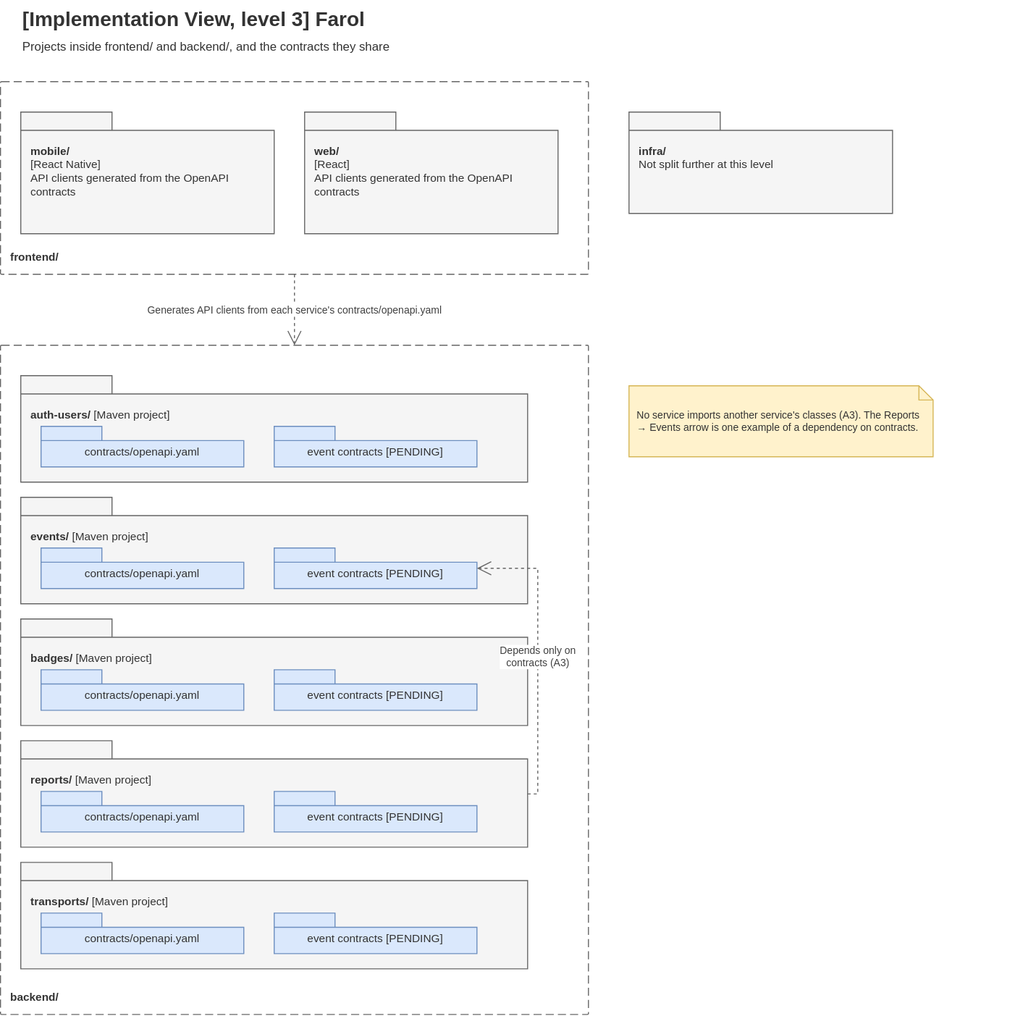
This is Docs/Technical/diagrams/implementation-view-level-3.drawio.svg from tomasoliveira21/LABDSOF, a draw.io export, as it was before one commit. Source tidied: cells renumbered, new cells last; positions are measured from the earlier drawing's top-left corner, leaving out a move shared by most shapes.
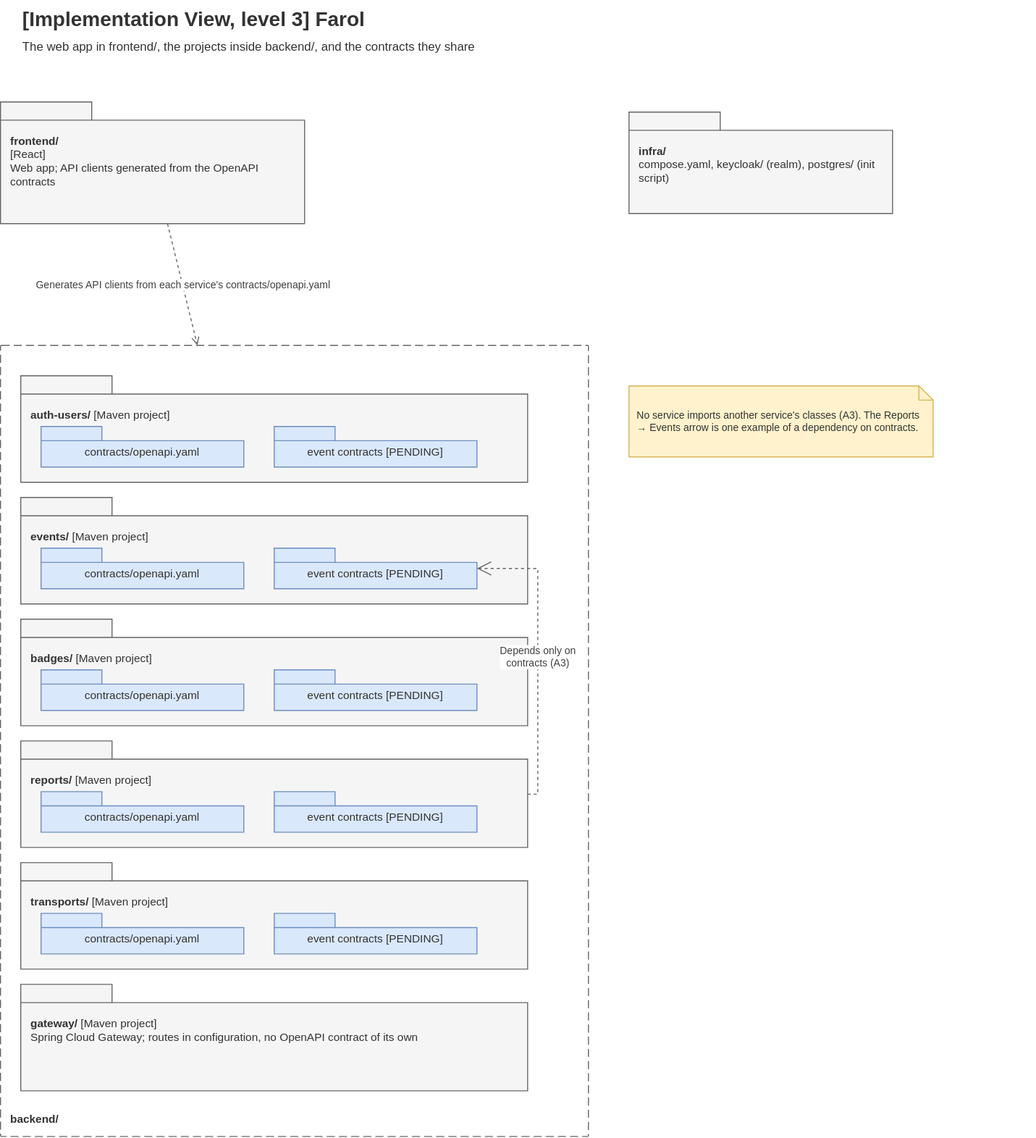
Above is the later version.

The edit, as a diff of the source:
```diff
@@ -2,20 +2,11 @@
   <root>
     <mxCell id="0" />
     <mxCell id="1" parent="0" />
-    <mxCell id="2" value="&lt;b&gt;[Implementation View, level 3] Farol&lt;/b&gt;&lt;br&gt;&lt;font style=&quot;font-size:12px&quot;&gt;Projects inside frontend/ and backend/, and the contracts they share&lt;/font&gt;" style="text;html=1;align=left;verticalAlign=top;fontSize=20;fontColor=#333333;" parent="1" vertex="1">
+    <mxCell id="2" value="&lt;b&gt;[Implementation View, level 3] Farol&lt;/b&gt;&lt;br&gt;&lt;font style=&quot;font-size:12px&quot;&gt;The web app in frontend/, the projects inside backend/, and the contracts they share&lt;/font&gt;" style="text;html=1;align=left;verticalAlign=top;fontSize=20;fontColor=#333333;" parent="1" vertex="1">
       <mxGeometry x="20" width="1000" height="60" as="geometry" />
     </mxCell>
-    <mxCell id="3" value="&lt;b&gt;frontend/&lt;/b&gt;" style="rounded=1;arcSize=2;absoluteArcSize=1;whiteSpace=wrap;html=1;dashed=1;dashPattern=8 4;fillColor=none;strokeColor=#666666;fontColor=#333333;align=left;verticalAlign=bottom;spacing=10;fontSize=11;" parent="1" vertex="1">
-      <mxGeometry y="80" width="580" height="190" as="geometry" />
-    </mxCell>
-    <mxCell id="4" value="&lt;b&gt;mobile/&lt;/b&gt;&lt;br&gt;[React Native]&lt;br&gt;API clients generated from the OpenAPI contracts" style="shape=folder;tabWidth=90;tabHeight=18;tabPosition=left;whiteSpace=wrap;html=1;fillColor=#f5f5f5;strokeColor=#666666;fontColor=#333333;verticalAlign=top;align=left;spacing=10;spacingTop=18;fontSize=11;" parent="1" vertex="1">
-      <mxGeometry x="20" y="110" width="250" height="120" as="geometry" />
-    </mxCell>
-    <mxCell id="5" value="&lt;b&gt;web/&lt;/b&gt;&lt;br&gt;[React]&lt;br&gt;API clients generated from the OpenAPI contracts" style="shape=folder;tabWidth=90;tabHeight=18;tabPosition=left;whiteSpace=wrap;html=1;fillColor=#f5f5f5;strokeColor=#666666;fontColor=#333333;verticalAlign=top;align=left;spacing=10;spacingTop=18;fontSize=11;" parent="1" vertex="1">
-      <mxGeometry x="300" y="110" width="250" height="120" as="geometry" />
-    </mxCell>
     <mxCell id="6" value="&lt;b&gt;backend/&lt;/b&gt;" style="rounded=1;arcSize=2;absoluteArcSize=1;whiteSpace=wrap;html=1;dashed=1;dashPattern=8 4;fillColor=none;strokeColor=#666666;fontColor=#333333;align=left;verticalAlign=bottom;spacing=10;fontSize=11;" parent="1" vertex="1">
-      <mxGeometry y="340" width="580" height="660" as="geometry" />
+      <mxGeometry y="340" width="580" height="780" as="geometry" />
     </mxCell>
     <mxCell id="7" value="&lt;b&gt;auth-users/&lt;/b&gt; [Maven project]" style="shape=folder;tabWidth=90;tabHeight=18;tabPosition=left;whiteSpace=wrap;html=1;fillColor=#f5f5f5;strokeColor=#666666;fontColor=#333333;verticalAlign=top;align=left;spacing=10;spacingTop=18;fontSize=11;" parent="1" vertex="1">
       <mxGeometry x="20" y="370" width="500" height="105" as="geometry" />
@@ -62,17 +53,23 @@
     <mxCell id="21" value="event contracts [PENDING]" style="shape=folder;tabWidth=60;tabHeight=14;tabPosition=left;whiteSpace=wrap;html=1;fillColor=#dae8fc;strokeColor=#6c8ebf;fontColor=#333333;fontSize=11;spacingTop=10;" parent="1" vertex="1">
       <mxGeometry x="270" y="900" width="200" height="40" as="geometry" />
     </mxCell>
-    <mxCell id="22" value="Generates API clients from each service's contracts/openapi.yaml" style="endArrow=open;dashed=1;html=1;fontSize=10;fontColor=#404040;strokeColor=#666666;endSize=12;rounded=0;labelBackgroundColor=#ffffff;" parent="1" edge="1" source="3" target="6">
-      <mxGeometry relative="1" as="geometry" />
-    </mxCell>
     <mxCell id="23" value="Depends only on&lt;br&gt;contracts (A3)" style="endArrow=open;dashed=1;html=1;fontSize=10;fontColor=#404040;strokeColor=#666666;endSize=12;rounded=0;labelBackgroundColor=#ffffff;edgeStyle=orthogonalEdgeStyle;exitX=1;exitY=0.5;exitDx=0;exitDy=0;entryX=1;entryY=0.5;entryDx=0;entryDy=0;" parent="1" edge="1" source="16" target="12">
       <mxGeometry relative="1" as="geometry" />
     </mxCell>
     <mxCell id="24" value="No service imports another service's classes (A3). The Reports → Events arrow is one example of a dependency on contracts." style="shape=note;size=14;whiteSpace=wrap;html=1;fillColor=#fff2cc;strokeColor=#d6b656;fontColor=#333333;align=left;spacing=8;fontSize=10;" parent="1" vertex="1">
       <mxGeometry x="620" y="380" width="300" height="70" as="geometry" />
     </mxCell>
-    <mxCell id="25" value="&lt;b&gt;infra/&lt;/b&gt;&lt;br&gt;Not split further at this level" style="shape=folder;tabWidth=90;tabHeight=18;tabPosition=left;whiteSpace=wrap;html=1;fillColor=#f5f5f5;strokeColor=#666666;fontColor=#333333;verticalAlign=top;align=left;spacing=10;spacingTop=18;fontSize=11;" parent="1" vertex="1">
+    <mxCell id="25" value="&lt;b&gt;infra/&lt;/b&gt;&lt;br&gt;compose.yaml, keycloak/ (realm), postgres/ (init script)" style="shape=folder;tabWidth=90;tabHeight=18;tabPosition=left;whiteSpace=wrap;html=1;fillColor=#f5f5f5;strokeColor=#666666;fontColor=#333333;verticalAlign=top;align=left;spacing=10;spacingTop=18;fontSize=11;" parent="1" vertex="1">
       <mxGeometry x="620" y="110" width="260" height="100" as="geometry" />
     </mxCell>
+    <mxCell id="3" value="&lt;b&gt;frontend/&lt;/b&gt;&lt;br&gt;[React]&lt;br&gt;Web app; API clients generated from the OpenAPI contracts" style="shape=folder;tabWidth=90;tabHeight=18;tabPosition=left;whiteSpace=wrap;html=1;fillColor=#f5f5f5;strokeColor=#666666;fontColor=#333333;verticalAlign=top;align=left;spacing=10;spacingTop=18;fontSize=11;" parent="1" vertex="1">
+      <mxGeometry y="100" width="300" height="120" as="geometry" />
+    </mxCell>
+    <mxCell id="22" value="Generates API clients from each service's contracts/openapi.yaml" style="endArrow=open;html=1;dashed=1;fontSize=10;fontColor=#404040;strokeColor=#666666;rounded=0;labelBackgroundColor=#ffffff;" parent="1" edge="1" source="3" target="6">
+      <mxGeometry relative="1" as="geometry" />
+    </mxCell>
+    <mxCell id="26" value="&lt;b&gt;gateway/&lt;/b&gt; [Maven project]&lt;br&gt;Spring Cloud Gateway; routes in configuration, no OpenAPI contract of its own" style="shape=folder;tabWidth=90;tabHeight=18;tabPosition=left;whiteSpace=wrap;html=1;fillColor=#f5f5f5;strokeColor=#666666;fontColor=#333333;verticalAlign=top;align=left;spacing=10;spacingTop=18;fontSize=11;" parent="1" vertex="1">
+      <mxGeometry x="20" y="970" width="500" height="105" as="geometry" />
+    </mxCell>
   </root>
 </mxGraphModel>
```
